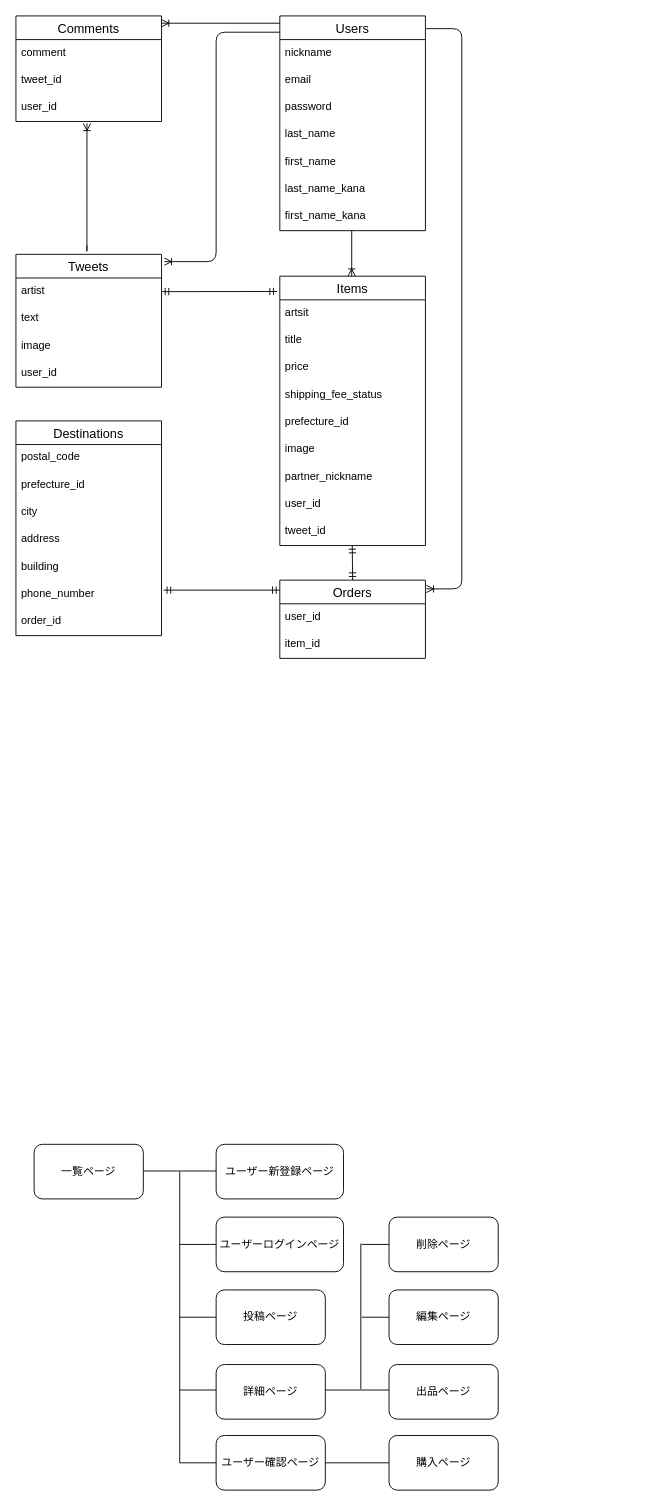
Above: wants.dio in RegSlinky/wants-app (draw.io), before the change. Source tidied: cells renumbered, new cells numbered last; positions are measured from the earlier drawing's top-left corner, leaving out a move shared by most shapes. Both pictures are drawn from the tidied source at 91%, with x=0, y=0 at pixel (15, 15).
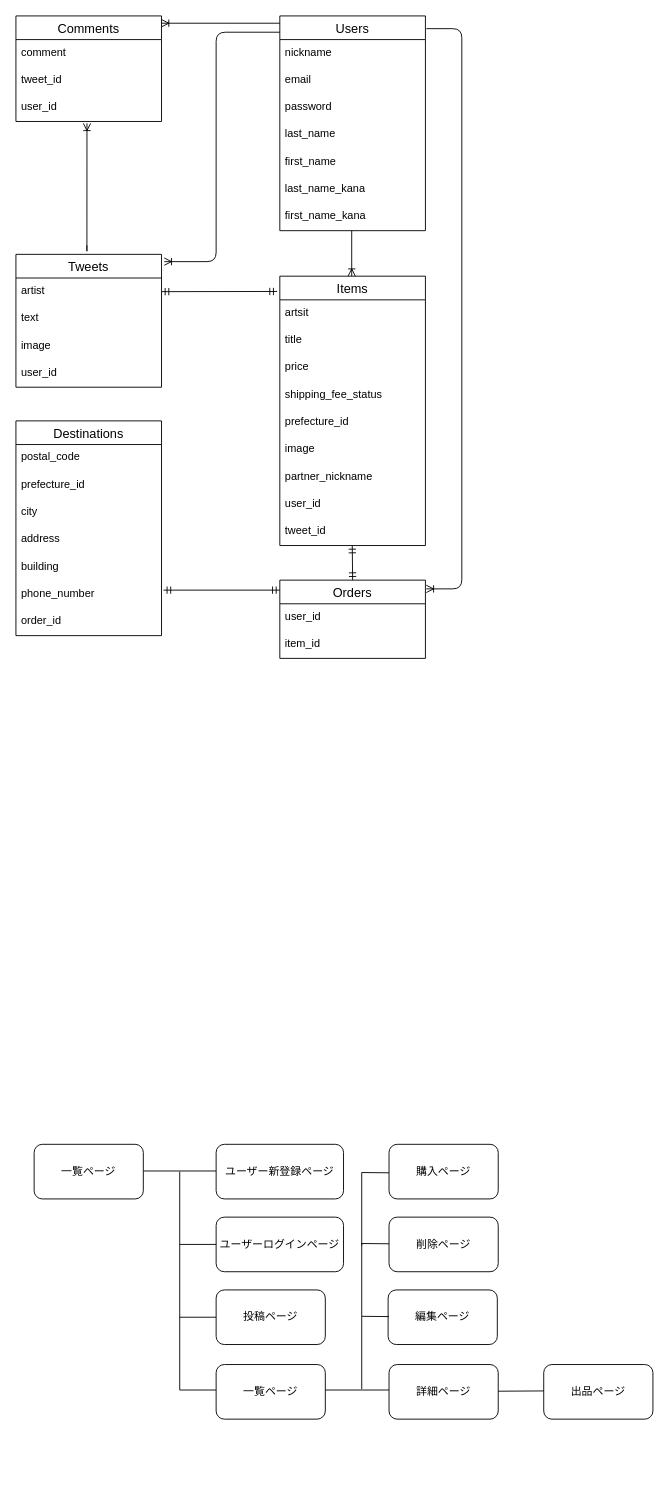
The same page after the edit.

Unchanged cells that the change refers to:
```xml
<mxCell id="55" value="削除ページ" style="rounded=1;whiteSpace=wrap;html=1;" parent="1" vertex="1">
  <mxGeometry x="410" y="1320" width="120" height="60" as="geometry" />
</mxCell>
```

Diff of the diagram source:
```diff
@@
     <mxCell id="48" style="endArrow=none;html=1;" parent="1" edge="1">
       <mxGeometry relative="1" as="geometry">
-        <mxPoint x="180" y="1590" as="sourcePoint" />
+        <mxPoint x="180" y="1510" as="sourcePoint" />
         <mxPoint x="180" y="1270" as="targetPoint" />
       </mxGeometry>
     </mxCell>
@@
-    <mxCell id="51" value="詳細ページ" style="rounded=1;whiteSpace=wrap;html=1;" parent="1" vertex="1">
+    <mxCell id="51" value="一覧ページ" style="rounded=1;whiteSpace=wrap;html=1;" parent="1" vertex="1">
       <mxGeometry x="220" y="1482" width="120" height="60" as="geometry" />
     </mxCell>
@@
-    <mxCell id="53" value="出品ページ" style="rounded=1;whiteSpace=wrap;html=1;" parent="1" vertex="1">
+    <mxCell id="53" value="詳細ページ" style="rounded=1;whiteSpace=wrap;html=1;" parent="1" vertex="1">
       <mxGeometry x="410" y="1482" width="120" height="60" as="geometry" />
     </mxCell>
-    <mxCell id="54" value="ユーザー確認ページ" style="rounded=1;whiteSpace=wrap;html=1;" parent="1" vertex="1">
-      <mxGeometry x="220" y="1560" width="120" height="60" as="geometry" />
-    </mxCell>
@@
-    <mxCell id="56" value="編集ページ" style="rounded=1;whiteSpace=wrap;html=1;" parent="1" vertex="1">
-      <mxGeometry x="410" y="1400" width="120" height="60" as="geometry" />
+    <mxCell id="56" value="購入ページ" style="rounded=1;whiteSpace=wrap;html=1;" parent="1" vertex="1">
+      <mxGeometry x="410" y="1240" width="120" height="60" as="geometry" />
     </mxCell>
-    <mxCell id="57" value="購入ページ" style="rounded=1;whiteSpace=wrap;html=1;" parent="1" vertex="1">
-      <mxGeometry x="410" y="1560" width="120" height="60" as="geometry" />
-    </mxCell>
@@
-    <mxCell id="61" style="endArrow=none;html=1;entryX=0;entryY=0.5;entryDx=0;entryDy=0;" parent="1" edge="1" target="54">
-      <mxGeometry relative="1" as="geometry">
-        <mxPoint x="180" y="1590" as="sourcePoint" />
-      </mxGeometry>
-    </mxCell>
-    <mxCell id="62" style="endArrow=none;html=1;exitX=1;exitY=0.5;exitDx=0;exitDy=0;entryX=0;entryY=0.5;entryDx=0;entryDy=0;" parent="1" edge="1" source="54" target="57">
-      <mxGeometry relative="1" as="geometry" />
-    </mxCell>
-    <mxCell id="63" style="endArrow=none;html=1;entryX=0;entryY=0.5;entryDx=0;entryDy=0;" parent="1" edge="1" target="55">
-      <mxGeometry relative="1" as="geometry">
-        <mxPoint x="380" y="1350" as="sourcePoint" />
-      </mxGeometry>
-    </mxCell>
-    <mxCell id="64" style="endArrow=none;html=1;" parent="1" edge="1">
-      <mxGeometry relative="1" as="geometry">
-        <mxPoint x="379" y="1509" as="sourcePoint" />
-        <mxPoint x="379" y="1349" as="targetPoint" />
-      </mxGeometry>
-    </mxCell>
@@
-    <mxCell id="66" style="endArrow=none;html=1;entryX=0;entryY=0.5;entryDx=0;entryDy=0;exitX=1;exitY=0.5;exitDx=0;exitDy=0;" parent="1" edge="1">
+    <mxCell id="66" style="endArrow=none;html=1;exitX=1;exitY=0.5;exitDx=0;exitDy=0;" parent="1" edge="1">
       <mxGeometry relative="1" as="geometry">
         <mxPoint x="340" y="1510" as="sourcePoint" />
         <mxPoint x="410" y="1510" as="targetPoint" />
       </mxGeometry>
     </mxCell>
-    <mxCell id="67" style="endArrow=none;html=1;entryX=0;entryY=0.5;entryDx=0;entryDy=0;" parent="1" edge="1" target="56">
-      <mxGeometry relative="1" as="geometry">
-        <mxPoint x="380" y="1430" as="sourcePoint" />
-      </mxGeometry>
-    </mxCell>
@@
+    <mxCell id="69" value="出品ページ" style="rounded=1;whiteSpace=wrap;html=1;" parent="1" vertex="1">
+      <mxGeometry x="580" y="1482" width="120" height="60" as="geometry" />
+    </mxCell>
+    <mxCell id="70" value="編集ページ" style="rounded=1;whiteSpace=wrap;html=1;" parent="1" vertex="1">
+      <mxGeometry x="409" y="1400" width="120" height="60" as="geometry" />
+    </mxCell>
+    <mxCell id="71" style="endArrow=none;html=1;" parent="1" edge="1">
+      <mxGeometry relative="1" as="geometry">
+        <mxPoint x="380" y="1509" as="sourcePoint" />
+        <mxPoint x="380" y="1429" as="targetPoint" />
+      </mxGeometry>
+    </mxCell>
+    <mxCell id="72" style="endArrow=none;html=1;" parent="1" edge="1">
+      <mxGeometry relative="1" as="geometry">
+        <mxPoint x="380" y="1429" as="sourcePoint" />
+        <mxPoint x="410" y="1429.3" as="targetPoint" />
+      </mxGeometry>
+    </mxCell>
+    <mxCell id="73" style="endArrow=none;html=1;exitX=1;exitY=0.5;exitDx=0;exitDy=0;" parent="1" edge="1">
+      <mxGeometry relative="1" as="geometry">
+        <mxPoint x="530" y="1511.3" as="sourcePoint" />
+        <mxPoint x="580" y="1511" as="targetPoint" />
+      </mxGeometry>
+    </mxCell>
+    <mxCell id="74" style="endArrow=none;html=1;" parent="1" edge="1">
+      <mxGeometry relative="1" as="geometry">
+        <mxPoint x="380" y="1351" as="sourcePoint" />
+        <mxPoint x="380" y="1271" as="targetPoint" />
+      </mxGeometry>
+    </mxCell>
+    <mxCell id="75" style="endArrow=none;html=1;" parent="1" edge="1">
+      <mxGeometry relative="1" as="geometry">
+        <mxPoint x="380" y="1349" as="sourcePoint" />
+        <mxPoint x="410" y="1349.3" as="targetPoint" />
+      </mxGeometry>
+    </mxCell>
+    <mxCell id="76" style="endArrow=none;html=1;" parent="1" edge="1">
+      <mxGeometry relative="1" as="geometry">
+        <mxPoint x="380" y="1429" as="sourcePoint" />
+        <mxPoint x="380" y="1349" as="targetPoint" />
+      </mxGeometry>
+    </mxCell>
+    <mxCell id="77" style="endArrow=none;html=1;" parent="1" edge="1">
+      <mxGeometry relative="1" as="geometry">
+        <mxPoint x="380" y="1271" as="sourcePoint" />
+        <mxPoint x="410" y="1271.3" as="targetPoint" />
+      </mxGeometry>
+    </mxCell>
```
